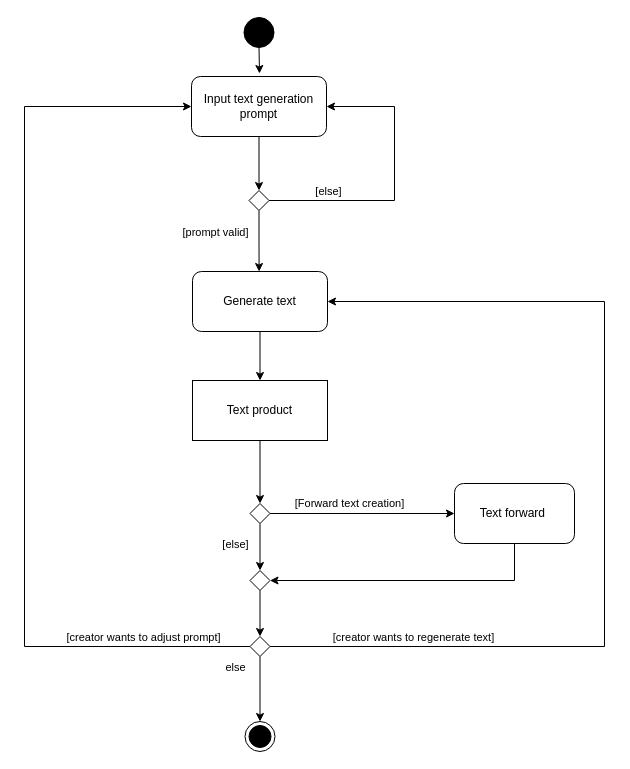
Earlier version of the draw.io diagram Documentation/Activity Diagram/Text Creation AD 20231005.drawio (Darrenchenn/Model-based-software-design). Source tidied: cells renumbered, new cells numbered last; positions are measured from the earlier drawing's top-left corner, leaving out a move shared by most shapes. Both pictures are drawn from the tidied source at 100%, with x=0, y=0 at pixel (24, 17).
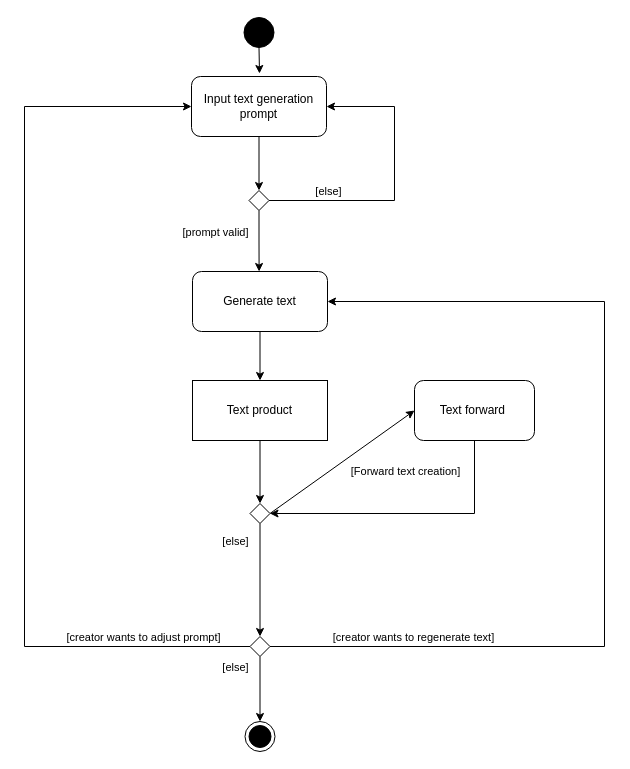
After the change.

The change refers to these unchanged cells:
```xml
<mxCell id="16" style="edgeStyle=orthogonalEdgeStyle;rounded=0;jettySize=auto;html=1;entryX=0.5;entryY=0;entryDx=0;entryDy=0;exitX=0.5;exitY=1;exitDx=0;exitDy=0;" parent="1" edge="1" source="20" target="19">
  <mxGeometry relative="1" as="geometry" />
</mxCell>
<mxCell id="20" style="rhombus;fillColor=none;strokeColor=#000000;" parent="1" vertex="1">
  <mxGeometry x="225.5" y="619" width="20" height="20" as="geometry" />
</mxCell>
<mxCell id="25" style="rhombus;fillColor=none;strokeColor=#000000;" parent="1" vertex="1">
  <mxGeometry x="225.5" y="486" width="20" height="20" as="geometry" />
</mxCell>
<mxCell id="26" style="endArrow=classic;html=1;rounded=0;exitX=1;exitY=0.5;exitDx=0;exitDy=0;entryX=0;entryY=0.5;entryDx=0;entryDy=0;" parent="1" edge="1" source="25" target="29">
  <mxGeometry relative="1" as="geometry" />
</mxCell>
```

Change to the diagram source:
```diff
@@
-    <mxCell id="17" value="else" style="edgeLabel;html=1;align=center;verticalAlign=middle;" parent="16" vertex="1">
+    <mxCell id="17" value="[else]" style="edgeLabel;html=1;align=center;verticalAlign=middle;" parent="16" vertex="1">
       <mxGeometry x="-0.28" y="-3" relative="1" as="geometry">
         <mxPoint x="-22" y="-13" as="offset" />
       </mxGeometry>
     </mxCell>
@@
-    <mxCell id="23" style="edgeStyle=orthogonalEdgeStyle;rounded=0;jettySize=auto;html=1;entryX=0.5;entryY=0;entryDx=0;entryDy=0;" parent="1" edge="1" source="25" target="31">
-      <mxGeometry relative="1" as="geometry" />
-    </mxCell>
-    <mxCell id="24" value="[else]" style="edgeLabel;html=1;align=center;verticalAlign=middle;" parent="23" vertex="1">
-      <mxGeometry x="-0.27" y="-2" relative="1" as="geometry">
-        <mxPoint x="-23" y="3" as="offset" />
-      </mxGeometry>
-    </mxCell>
@@
     <mxCell id="27" value="[Forward text creation]" style="edgeLabel;html=1;align=center;verticalAlign=middle;" parent="26" vertex="1">
       <mxGeometry x="-0.23" y="3" relative="1" as="geometry">
-        <mxPoint x="8" y="-8" as="offset" />
+        <mxPoint x="81" y="-1" as="offset" />
       </mxGeometry>
     </mxCell>
-    <mxCell id="28" style="edgeStyle=orthogonalEdgeStyle;rounded=0;jettySize=auto;html=1;entryX=1;entryY=0.5;entryDx=0;entryDy=0;" parent="1" edge="1" source="29" target="31">
+    <mxCell id="28" style="edgeStyle=orthogonalEdgeStyle;rounded=0;jettySize=auto;html=1;entryX=1;entryY=0.5;entryDx=0;entryDy=0;exitX=0.5;exitY=1;exitDx=0;exitDy=0;" parent="1" edge="1" source="29" target="25">
       <mxGeometry relative="1" as="geometry">
         <Array as="points">
-          <mxPoint x="490" y="563" />
+          <mxPoint x="450" y="496" />
         </Array>
       </mxGeometry>
     </mxCell>
     <mxCell id="29" value="Text forward&amp;nbsp;" style="rounded=1;whiteSpace=wrap;html=1;" parent="1" vertex="1">
-      <mxGeometry x="430" y="466" width="120" height="60" as="geometry" />
+      <mxGeometry x="390" y="363" width="120" height="60" as="geometry" />
     </mxCell>
-    <mxCell id="30" style="edgeStyle=orthogonalEdgeStyle;rounded=0;jettySize=auto;html=1;entryX=0.5;entryY=0;entryDx=0;entryDy=0;" parent="1" edge="1" source="31" target="20">
+    <mxCell id="30" style="edgeStyle=orthogonalEdgeStyle;rounded=0;jettySize=auto;html=1;entryX=0.5;entryY=0;entryDx=0;entryDy=0;exitX=0.5;exitY=1;exitDx=0;exitDy=0;" parent="1" edge="1" source="25" target="20">
       <mxGeometry relative="1" as="geometry" />
     </mxCell>
-    <mxCell id="31" style="rhombus;fillColor=none;strokeColor=#000000;" parent="1" vertex="1">
-      <mxGeometry x="225.5" y="553" width="20" height="20" as="geometry" />
-    </mxCell>
+    <mxCell id="24" value="[else]" style="edgeLabel;html=1;align=center;verticalAlign=middle;" parent="30" vertex="1">
+      <mxGeometry x="-0.52" y="2" relative="1" as="geometry">
+        <mxPoint x="-27" y="-10" as="offset" />
+      </mxGeometry>
+    </mxCell>
```
